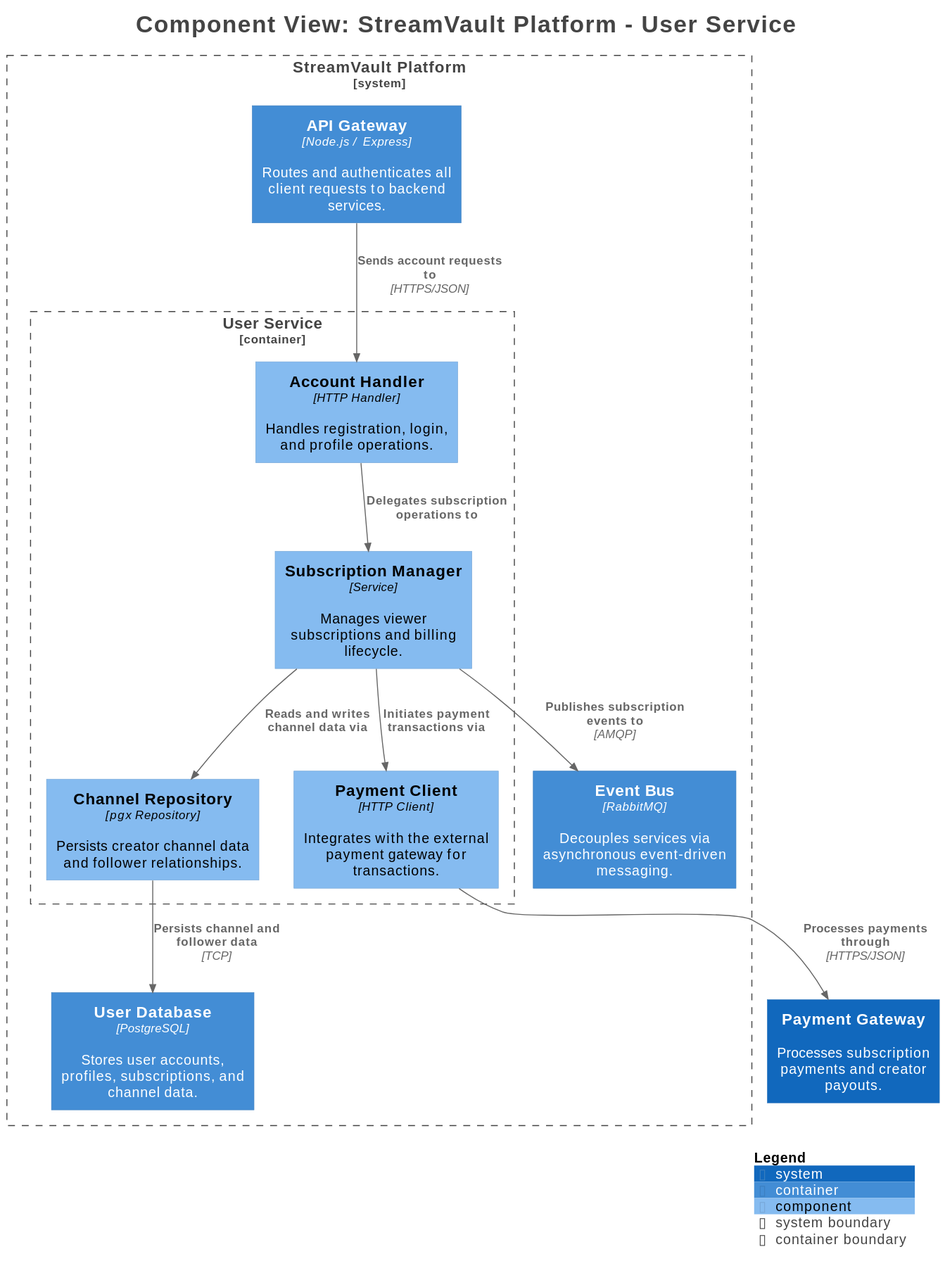
CodelianceAI/Codeliance-Skills keeps this PlantUML diagram as plugins/c4-architecture/skills/c4-architecture/examples/.diagrams/ComponentsOfUserService.svg. Above is the earlier version.
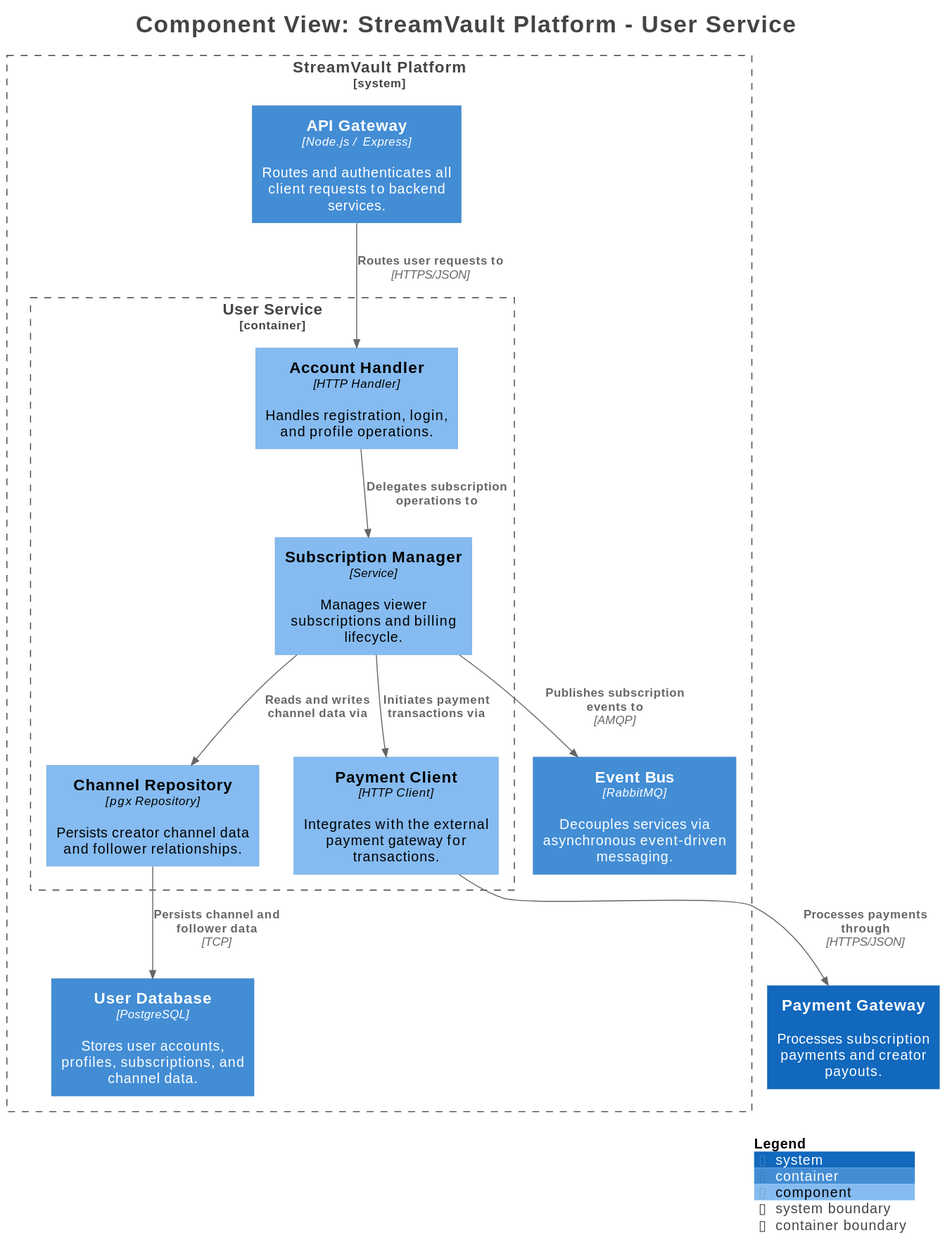
The same file after the commit.

What changed in the source:
```diff
@@ -31,7 +31,7 @@
   Container(StreamVaultPlatform.APIGateway, "API Gateway", $techn="Node.js / Express", $descr="Routes and authenticates all client requests to backend services.", $tags="", $link="ComponentsOfApiGateway.svg")
 }
 
-Rel(StreamVaultPlatform.APIGateway, StreamVaultPlatform.UserService.AccountHandler, "Sends account requests to", $techn="HTTPS/JSON", $tags="", $link="")
+Rel(StreamVaultPlatform.APIGateway, StreamVaultPlatform.UserService.AccountHandler, "Routes user requests to", $techn="HTTPS/JSON", $tags="", $link="")
 Rel(StreamVaultPlatform.UserService.AccountHandler, StreamVaultPlatform.UserService.SubscriptionManager, "Delegates subscription operations to", $techn="", $tags="", $link="")
 Rel(StreamVaultPlatform.UserService.SubscriptionManager, StreamVaultPlatform.UserService.ChannelRepository, "Reads and writes channel data via", $techn="", $tags="", $link="")
 Rel(StreamVaultPlatform.UserService.SubscriptionManager, StreamVaultPlatform.UserService.PaymentClient, "Initiates payment transactions via", $techn="", $tags="", $link="")
```
